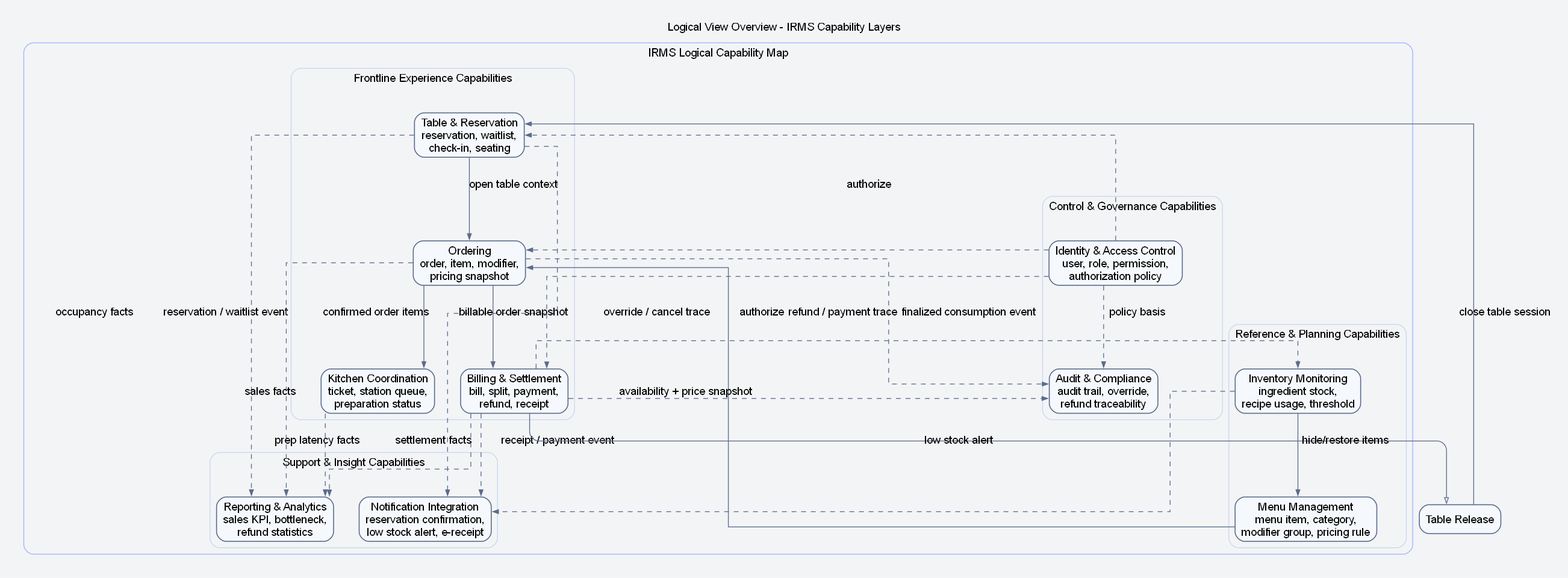
Before: assets/diagrams/rendered/architecture/21_logical_view_overview_business_capability_layers.png, a diagram exported from Graphviz (lehoangluan1/SA_IRMS). Its source is kept beside it as assets/diagrams/source/architecture/21_logical_view_overview_business_capability_layers.dot.
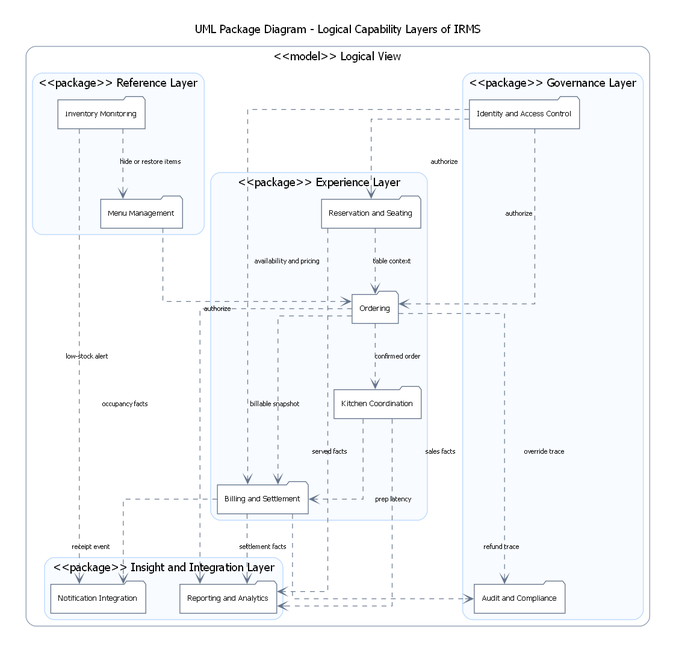
The same diagram one commit later.

Diff of the diagram source:
```diff
@@ -1,67 +1,84 @@
 digraph G {
+  graph [
+    rankdir=TB,
+    newrank=true,
+    compound=true,
+    bgcolor="white",
+    pad=0.34,
+    nodesep=0.58,
+    ranksep=0.98,
+    splines=ortho,
+    fontname="DejaVu Sans",
+    labelloc="t",
+    label="UML Package Diagram - Logical Capability Layers of IRMS"
+  ];
 
-graph [bgcolor="#F3F4F6", pad="0.3", nodesep="0.45", ranksep="0.7", splines=ortho, fontname="Helvetica"];
-node [fontname="Helvetica", shape=box, style="rounded,filled", fillcolor="#F5F8FC", color="#5B6B8C", penwidth=1.2];
-edge [fontname="Helvetica", color="#5B6B8C", penwidth=1.0, arrowsize=0.7];
+  node [shape=folder, style="filled", fillcolor="#FFFFFF", color="#64748B", penwidth=1.0, fontname="DejaVu Sans", fontsize=9.6, margin="0.14,0.08"];
+  edge [style=dashed, arrowhead=vee, color="#64748B", penwidth=0.9, fontname="DejaVu Sans", fontsize=8.2];
 
-labelloc="t";
-label="Logical View Overview - IRMS Capability Layers";
-rankdir=TB;
+  subgraph cluster_model {
+    label="<<model>> Logical View";
+    color="#94A3B8";
+    penwidth=1.1;
+    style="rounded";
 
-subgraph cluster_all {
-  label="IRMS Logical Capability Map";
-  color="#9BB5FF"; style="rounded";
+    subgraph cluster_experience {
+      label="<<package>> Experience Layer";
+      color="#BFDBFE";
+      style="rounded,filled";
+      fillcolor="#F8FBFF";
+      reservation [label="Reservation and Seating"];
+      ordering [label="Ordering"];
+      kitchen [label="Kitchen Coordination"];
+      billing [label="Billing and Settlement"];
+    }
 
-  subgraph cluster_experience {
-    label="Frontline Experience Capabilities";
-    color="#C9D7EE"; style="rounded";
-    host [label="Table & Reservation\nreservation, waitlist,\ncheck-in, seating"];
-    order [label="Ordering\norder, item, modifier,\npricing snapshot"];
-    kitchen [label="Kitchen Coordination\nticket, station queue,\npreparation status"];
-    billing [label="Billing & Settlement\nbill, split, payment,\nrefund, receipt"];
+    subgraph cluster_reference {
+      label="<<package>> Reference Layer";
+      color="#BFDBFE";
+      style="rounded,filled";
+      fillcolor="#F8FBFF";
+      menu [label="Menu Management"];
+      inventory [label="Inventory Monitoring"];
+    }
+
+    subgraph cluster_governance {
+      label="<<package>> Governance Layer";
+      color="#BFDBFE";
+      style="rounded,filled";
+      fillcolor="#F8FBFF";
+      iam [label="Identity and Access Control"];
+      audit [label="Audit and Compliance"];
+    }
+
+    subgraph cluster_insight {
+      label="<<package>> Insight and Integration Layer";
+      color="#BFDBFE";
+      style="rounded,filled";
+      fillcolor="#F8FBFF";
+      notification [label="Notification Integration"];
+      reporting [label="Reporting and Analytics"];
+    }
   }
 
-  subgraph cluster_reference {
-    label="Reference & Planning Capabilities";
-    color="#C9D7EE"; style="rounded";
-    menu [label="Menu Management\nmenu item, category,\nmodifier group, pricing rule"];
-    inventory [label="Inventory Monitoring\ningredient stock,\nrecipe usage, threshold"];
-  }
+  reservation -> ordering [label="table context"];
+  ordering -> kitchen [label="confirmed order"];
+  ordering -> billing [label="billable snapshot"];
+  kitchen -> billing [label="served facts"];
 
-  subgraph cluster_control {
-    label="Control & Governance Capabilities";
-    color="#C9D7EE"; style="rounded";
-    iam [label="Identity & Access Control\nuser, role, permission,\nauthorization policy"];
-    audit [label="Audit & Compliance\naudit trail, override,\nrefund traceability"];
-  }
+  menu -> ordering [label="availability and pricing"];
+  inventory -> menu [label="hide or restore items"];
+  inventory -> notification [label="low-stock alert"];
 
-  subgraph cluster_support {
-    label="Support & Insight Capabilities";
-    color="#C9D7EE"; style="rounded";
-    notif [label="Notification Integration\nreservation confirmation,\nlow stock alert, e-receipt"];
-    reporting [label="Reporting & Analytics\nsales KPI, bottleneck,\nrefund statistics"];
-  }
+  iam -> reservation [label="authorize"];
+  iam -> ordering [label="authorize"];
+  iam -> billing [label="authorize"];
+  ordering -> audit [label="override trace"];
+  billing -> audit [label="refund trace"];
+
+  reservation -> reporting [label="occupancy facts"];
+  ordering -> reporting [label="sales facts"];
+  kitchen -> reporting [label="prep latency"];
+  billing -> reporting [label="settlement facts"];
+  billing -> notification [label="receipt event"];
 }
-
-menu -> order [label="availability + price snapshot"];
-inventory -> menu [label="hide/restore items"];
-order -> kitchen [label="confirmed order items"];
-order -> billing [label="billable order snapshot"];
-billing -> "Table Release" [shape=box, style="rounded,filled", fillcolor="#EEF4FF"];
-"Table Release" -> host [label="close table session"];
-billing -> inventory [style=dashed, label="finalized consumption event"];
-host -> order [label="open table context"];
-inventory -> notif [style=dashed, label="low stock alert"];
-billing -> notif [style=dashed, label="receipt / payment event"];
-host -> notif [style=dashed, label="reservation / waitlist event"];
-order -> audit [style=dashed, label="override / cancel trace"];
-billing -> audit [style=dashed, label="refund / payment trace"];
-iam -> host [style=dashed, label="authorize"];
-iam -> order [style=dashed, label="authorize"];
-iam -> billing [style=dashed, label="authorize"];
-iam -> audit [style=dashed, label="policy basis"];
-host -> reporting [style=dashed, label="occupancy facts"];
-order -> reporting [style=dashed, label="sales facts"];
-kitchen -> reporting [style=dashed, label="prep latency facts"];
-billing -> reporting [style=dashed, label="settlement facts"];
-}
```
